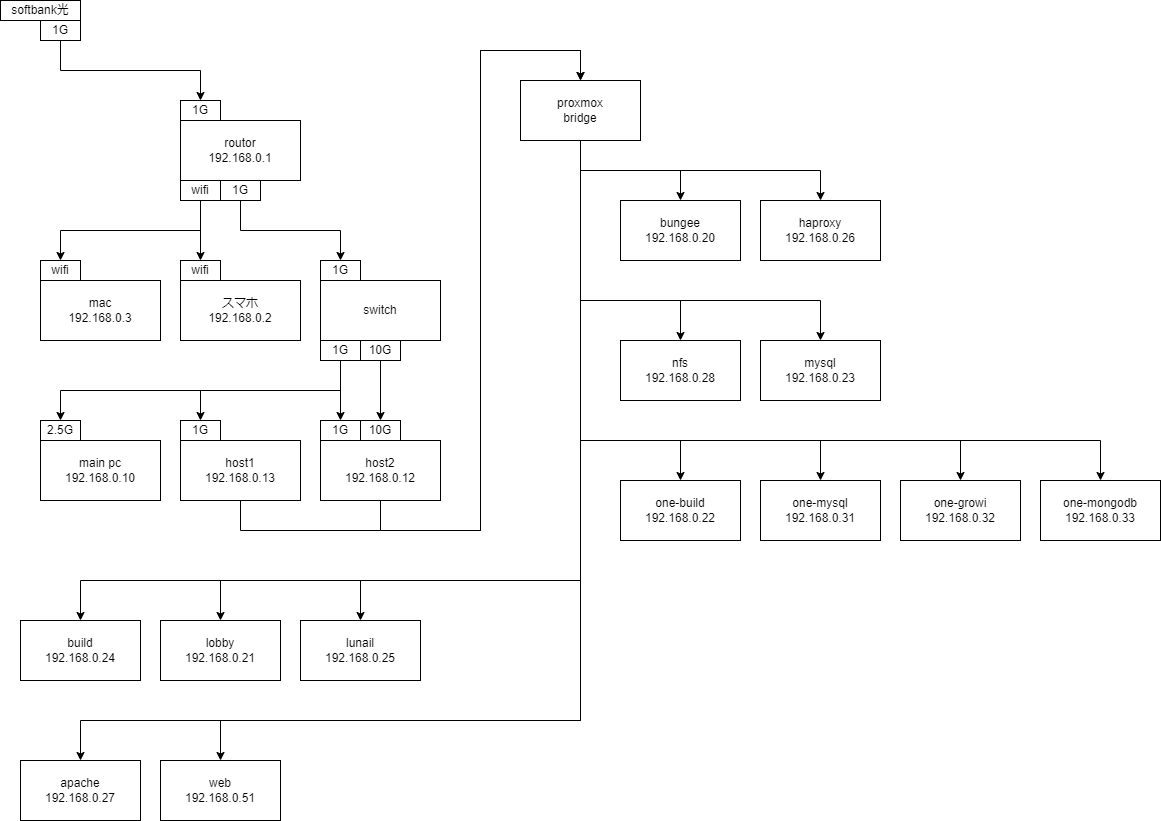
The draw.io diagram config/ipConfig.drawio.png in kigawa01/kigawa01, before a commit. Source tidied: cells renumbered, new cells last; positions are measured from the earlier drawing's top-left corner, leaving out a move shared by most shapes.
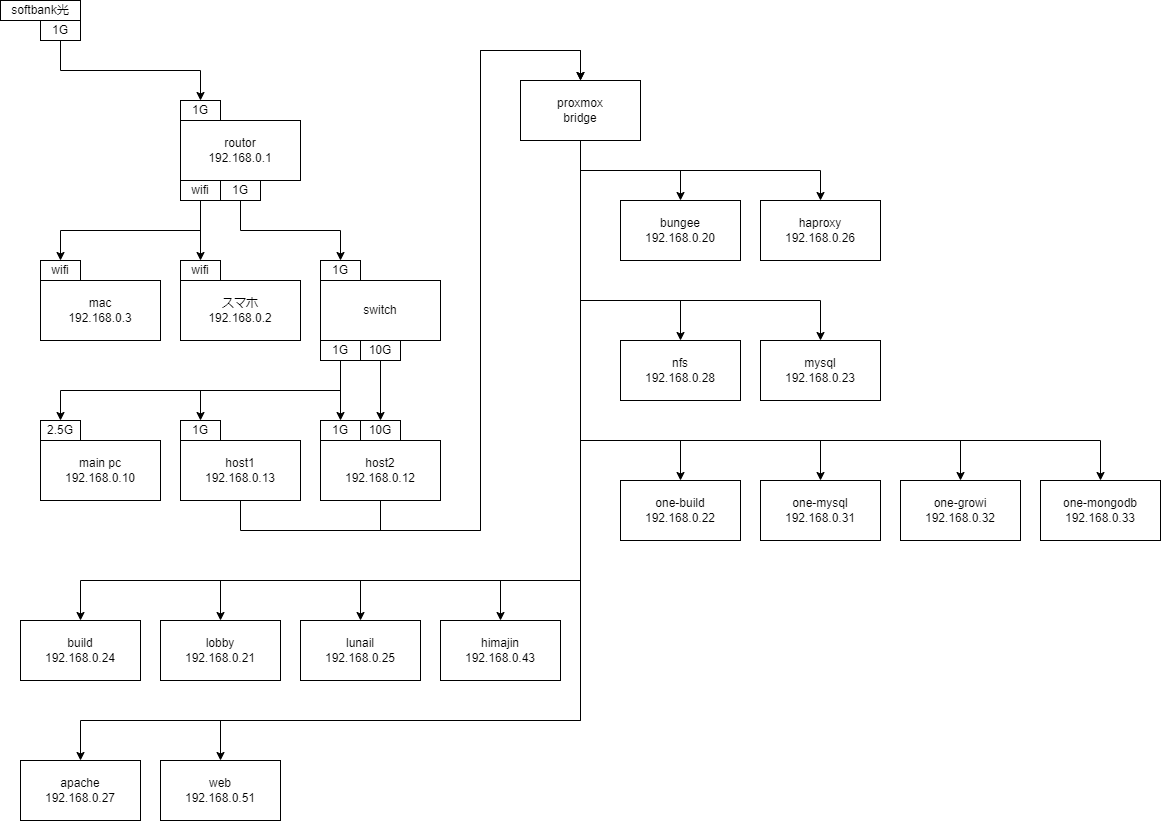
After the change.

Change to the diagram source:
```diff
@@ -207,6 +207,14 @@
         </Array>
       </mxGeometry>
     </mxCell>
+    <mxCell id="68" style="edgeStyle=orthogonalEdgeStyle;rounded=0;jettySize=auto;html=1;exitX=0.5;exitY=1;exitDx=0;exitDy=0;" parent="1" edge="1" source="52" target="69">
+      <mxGeometry relative="1" as="geometry">
+        <Array as="points">
+          <mxPoint x="580" y="580" />
+          <mxPoint x="500" y="580" />
+        </Array>
+      </mxGeometry>
+    </mxCell>
     <mxCell id="52" value="proxmox&lt;br&gt;bridge" style="rounded=0;whiteSpace=wrap;html=1;" parent="1" vertex="1">
       <mxGeometry x="520" y="80" width="120" height="60" as="geometry" />
     </mxCell>
@@ -269,5 +277,8 @@
     <mxCell id="67" value="web&lt;br&gt;192.168.0.51" style="rounded=0;whiteSpace=wrap;html=1;" parent="1" vertex="1">
       <mxGeometry x="160" y="760" width="120" height="60" as="geometry" />
     </mxCell>
+    <mxCell id="69" value="himajin&lt;br&gt;192.168.0.43" style="rounded=0;whiteSpace=wrap;html=1;" parent="1" vertex="1">
+      <mxGeometry x="440" y="620" width="120" height="60" as="geometry" />
+    </mxCell>
   </root>
 </mxGraphModel>
```
